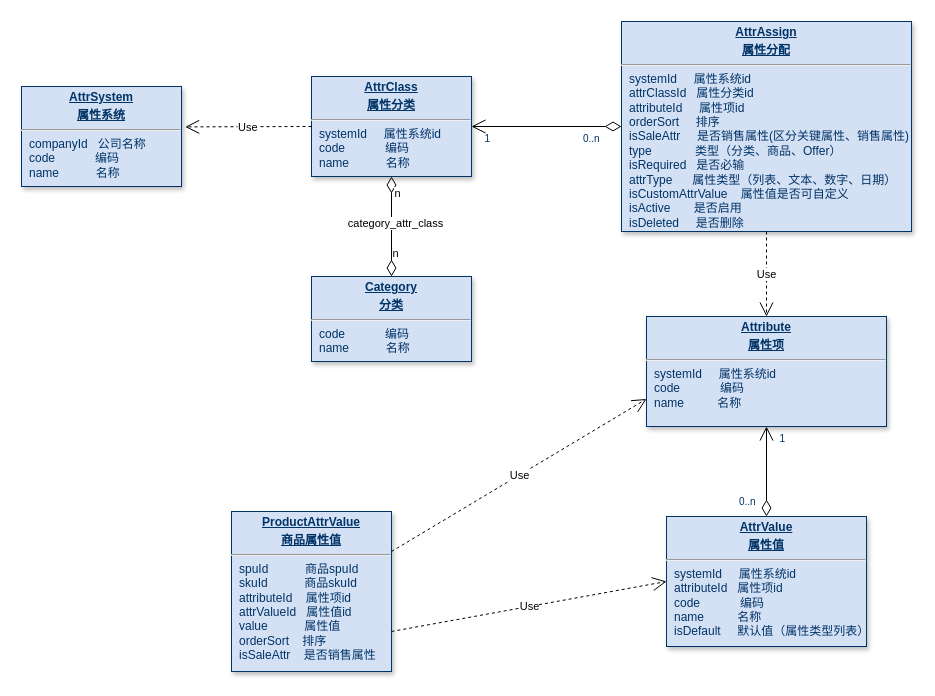
The draw.io diagram 美one-属性项值.drawio in rockywade/draw, before the edit. Source tidied: cells renumbered, new cells numbered last; positions are measured from the earlier drawing's top-left corner, leaving out a move shared by most shapes. Both pictures are drawn from the tidied source at 100%, with x=0, y=0 at pixel (21, 21).
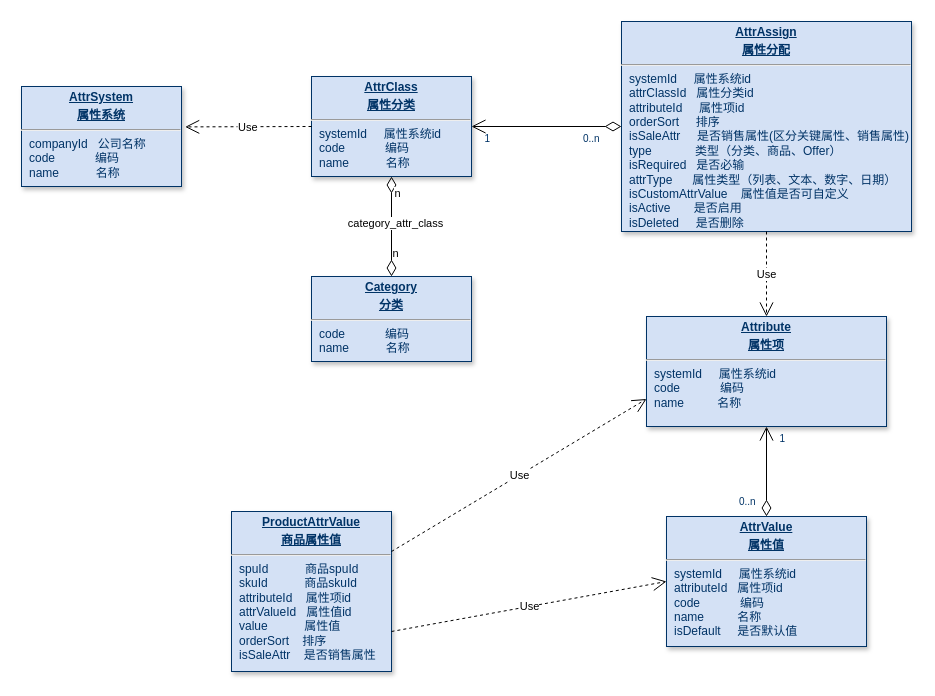
The same diagram, later.

Commit message:
更新美one-属性项值.drawio

What changed in the source:
```diff
@@
-    <mxCell id="16" value="&lt;p style=&quot;margin: 4px 0px 0px; text-align: center;&quot;&gt;&lt;b&gt;&lt;u&gt;AttrValue&lt;/u&gt;&lt;/b&gt;&lt;br&gt;&lt;/p&gt;&lt;p style=&quot;margin: 4px 0px 0px; text-align: center;&quot;&gt;&lt;b&gt;&lt;u&gt;属性值&lt;/u&gt;&lt;/b&gt;&lt;br&gt;&lt;/p&gt;&lt;hr&gt;&lt;p style=&quot;margin: 0px; margin-left: 8px;&quot;&gt;systemId&amp;nbsp; &amp;nbsp; &amp;nbsp;属性系统id&lt;/p&gt;&lt;p style=&quot;margin: 0px; margin-left: 8px;&quot;&gt;attributeId&amp;nbsp; &amp;nbsp;属性项id&lt;br&gt;&lt;/p&gt;&lt;p style=&quot;margin: 0px; margin-left: 8px;&quot;&gt;code&amp;nbsp; &amp;nbsp; &amp;nbsp; &amp;nbsp; &amp;nbsp; &amp;nbsp; 编码&lt;/p&gt;&lt;p style=&quot;margin: 0px; margin-left: 8px;&quot;&gt;name&amp;nbsp; &amp;nbsp; &amp;nbsp; &amp;nbsp; &amp;nbsp; 名称&lt;br&gt;&lt;/p&gt;&lt;p style=&quot;margin: 0px; margin-left: 8px;&quot;&gt;isDefault&amp;nbsp; &amp;nbsp; &amp;nbsp;默认值（属性类型列表）&lt;/p&gt;" style="verticalAlign=top;align=left;overflow=fill;fontSize=12;fontFamily=Helvetica;html=1;strokeColor=#003366;shadow=1;fillColor=#D4E1F5;fontColor=#003366;" parent="1" vertex="1">
+    <mxCell id="16" value="&lt;p style=&quot;margin: 4px 0px 0px; text-align: center;&quot;&gt;&lt;b&gt;&lt;u&gt;AttrValue&lt;/u&gt;&lt;/b&gt;&lt;br&gt;&lt;/p&gt;&lt;p style=&quot;margin: 4px 0px 0px; text-align: center;&quot;&gt;&lt;b&gt;&lt;u&gt;属性值&lt;/u&gt;&lt;/b&gt;&lt;br&gt;&lt;/p&gt;&lt;hr&gt;&lt;p style=&quot;margin: 0px; margin-left: 8px;&quot;&gt;systemId&amp;nbsp; &amp;nbsp; &amp;nbsp;属性系统id&lt;/p&gt;&lt;p style=&quot;margin: 0px; margin-left: 8px;&quot;&gt;attributeId&amp;nbsp; &amp;nbsp;属性项id&lt;br&gt;&lt;/p&gt;&lt;p style=&quot;margin: 0px; margin-left: 8px;&quot;&gt;code&amp;nbsp; &amp;nbsp; &amp;nbsp; &amp;nbsp; &amp;nbsp; &amp;nbsp; 编码&lt;/p&gt;&lt;p style=&quot;margin: 0px; margin-left: 8px;&quot;&gt;name&amp;nbsp; &amp;nbsp; &amp;nbsp; &amp;nbsp; &amp;nbsp; 名称&lt;br&gt;&lt;/p&gt;&lt;p style=&quot;margin: 0px; margin-left: 8px;&quot;&gt;isDefault&amp;nbsp; &amp;nbsp; &amp;nbsp;是否默认值&lt;/p&gt;" style="verticalAlign=top;align=left;overflow=fill;fontSize=12;fontFamily=Helvetica;html=1;strokeColor=#003366;shadow=1;fillColor=#D4E1F5;fontColor=#003366;" parent="1" vertex="1">
       <mxGeometry x="645" y="495" width="200" height="130" as="geometry" />
     </mxCell>
```
